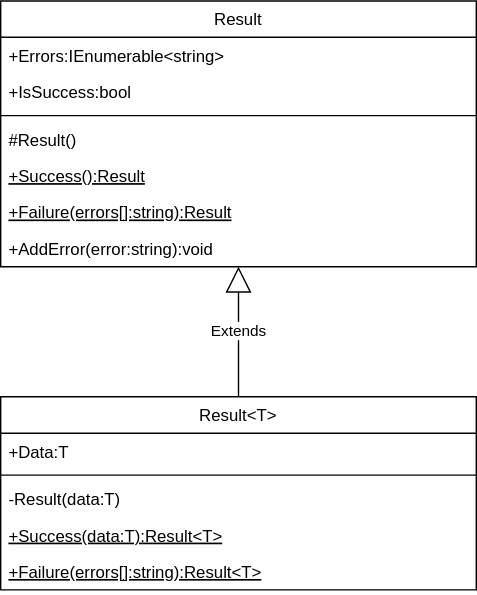
Above: Docs/Assignment3/Result_class_diagram.drawio.svg in juskis4/ViaEventAssociation (draw.io), before the change. Source tidied: cells renumbered, new cells last; positions are measured from the earlier drawing's top-left corner, leaving out a move shared by most shapes.
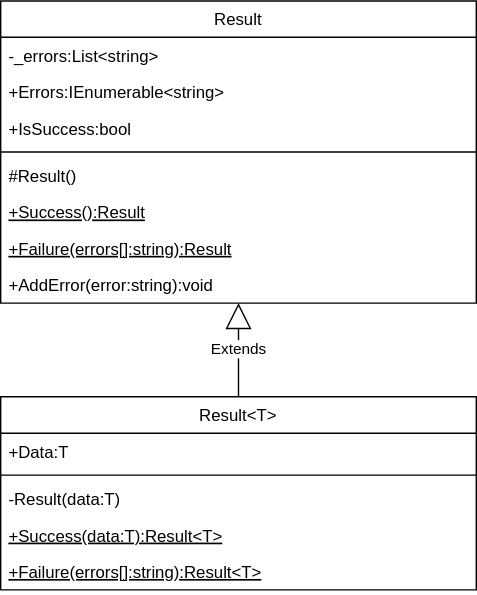
Above is the later version.

What changed in the source:
```diff
@@ -3,28 +3,31 @@
     <mxCell id="0" />
     <mxCell id="1" parent="0" />
     <mxCell id="2" value="Result" style="swimlane;fontStyle=0;align=center;verticalAlign=top;horizontal=1;startSize=26;rounded=0;shadow=0;strokeWidth=1;" parent="1" vertex="1">
-      <mxGeometry width="340" height="190" as="geometry" />
+      <mxGeometry width="340" height="216" as="geometry" />
     </mxCell>
+    <mxCell id="17" value="-_errors:List&lt;string&gt;" style="text;align=left;verticalAlign=top;spacingLeft=4;spacingRight=4;overflow=hidden;" parent="2" vertex="1">
+      <mxGeometry y="26" width="340" height="26" as="geometry" />
+    </mxCell>
     <mxCell id="3" value="+Errors:IEnumerable&lt;string&gt;" style="text;align=left;verticalAlign=top;spacingLeft=4;spacingRight=4;overflow=hidden;" parent="2" vertex="1">
-      <mxGeometry y="26" width="340" height="26" as="geometry" />
+      <mxGeometry y="52" width="340" height="26" as="geometry" />
     </mxCell>
     <mxCell id="4" value="+IsSuccess:bool" style="text;align=left;verticalAlign=top;spacingLeft=4;spacingRight=4;overflow=hidden;rounded=0;shadow=0;html=0;" parent="2" vertex="1">
-      <mxGeometry y="52" width="340" height="26" as="geometry" />
+      <mxGeometry y="78" width="340" height="26" as="geometry" />
     </mxCell>
     <mxCell id="5" style="line;html=1;strokeWidth=1;align=left;verticalAlign=middle;spacingTop=-1;spacingLeft=3;spacingRight=3;labelPosition=right;" parent="2" vertex="1">
-      <mxGeometry y="78" width="340" height="8" as="geometry" />
+      <mxGeometry y="104" width="340" height="8" as="geometry" />
     </mxCell>
     <mxCell id="6" value="#Result()" style="text;align=left;verticalAlign=top;spacingLeft=4;spacingRight=4;overflow=hidden;fontStyle=0;" parent="2" vertex="1">
-      <mxGeometry y="86" width="340" height="26" as="geometry" />
+      <mxGeometry y="112" width="340" height="26" as="geometry" />
     </mxCell>
     <mxCell id="7" value="+Success():Result" style="text;align=left;verticalAlign=top;spacingLeft=4;spacingRight=4;overflow=hidden;fontStyle=4;" parent="2" vertex="1">
-      <mxGeometry y="112" width="340" height="26" as="geometry" />
+      <mxGeometry y="138" width="340" height="26" as="geometry" />
     </mxCell>
     <mxCell id="8" value="+Failure(errors[]:string):Result" style="text;align=left;verticalAlign=top;spacingLeft=4;spacingRight=4;overflow=hidden;fontStyle=4;" parent="2" vertex="1">
-      <mxGeometry y="138" width="340" height="26" as="geometry" />
+      <mxGeometry y="164" width="340" height="26" as="geometry" />
     </mxCell>
     <mxCell id="9" value="+AddError(error:string):void" style="text;align=left;verticalAlign=top;spacingLeft=4;spacingRight=4;overflow=hidden;fontStyle=0;" parent="2" vertex="1">
-      <mxGeometry y="164" width="340" height="26" as="geometry" />
+      <mxGeometry y="190" width="340" height="26" as="geometry" />
     </mxCell>
     <mxCell id="10" value="Extends" style="endArrow=block;endSize=16;endFill=0;html=1;rounded=0;" parent="1" edge="1" source="11" target="2">
       <mxGeometry relative="1" as="geometry" />
```
